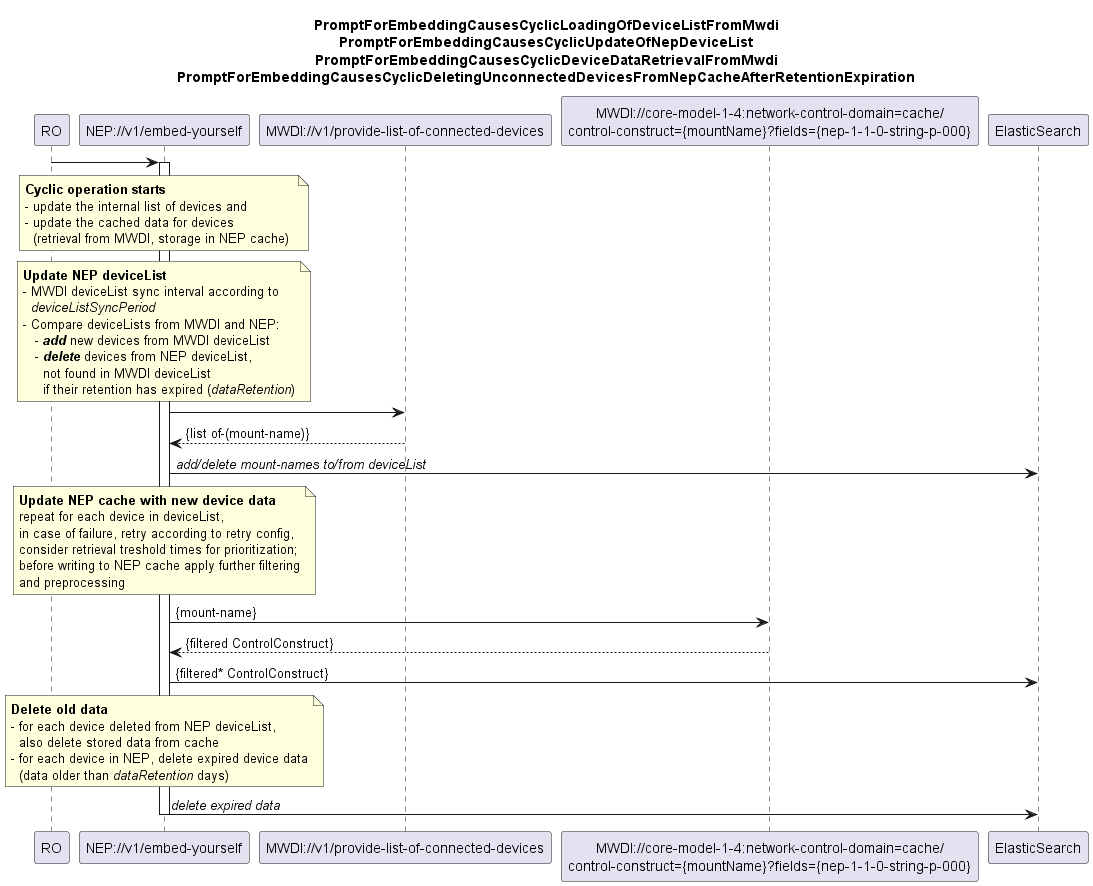
This is spec/diagrams/00x_CyclicOperationBasedDeviceListAndDataSync.png from openBackhaul/NetExplorerProxy, a PlantUML export, as it was before one commit.
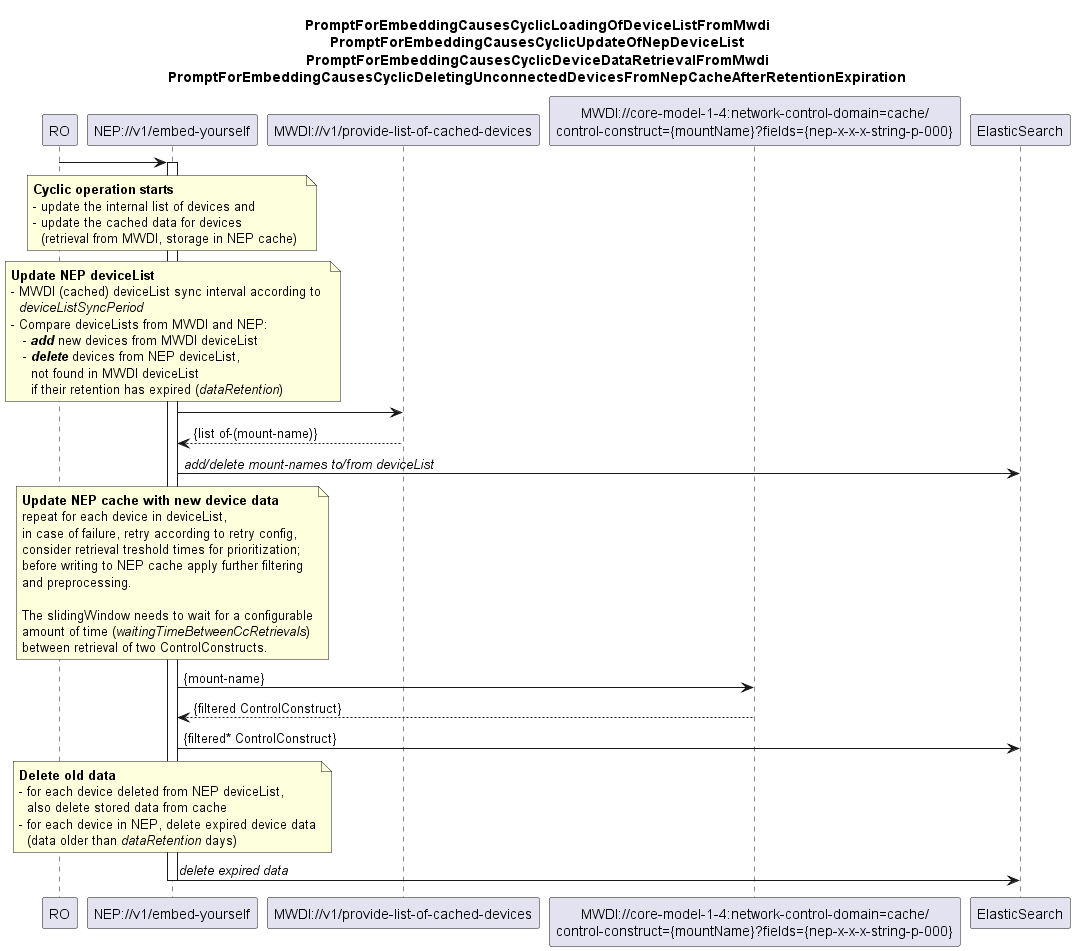
After the change.

What changed in the source:
```diff
@@ -10,8 +10,8 @@
 
 participant "RO" as ro
 participant "NEP://v1/embed-yourself" as nep
-participant "MWDI://v1/provide-list-of-connected-devices" as mwdiDev
-participant "MWDI://core-model-1-4:network-control-domain=cache/\ncontrol-construct={mountName}?fields={nep-1-1-0-string-p-000}" as mwdiCC
+participant "MWDI://v1/provide-list-of-cached-devices" as mwdiDev
+participant "MWDI://core-model-1-4:network-control-domain=cache/\ncontrol-construct={mountName}?fields={nep-x-x-x-string-p-000}" as mwdiCC
 participant "ElasticSearch" as es
 
 ro -> nep
@@ -26,7 +26,7 @@
 
 note over nep
 <b>Update NEP deviceList</b>
-- MWDI deviceList sync interval according to
+- MWDI (cached) deviceList sync interval according to
   <i>deviceListSyncPeriod</i>
 - Compare deviceLists from MWDI and NEP:
    - <b><i>add</i></b> new devices from MWDI deviceList
@@ -44,7 +44,11 @@
   in case of failure, retry according to retry config,
   consider retrieval treshold times for prioritization;
   before writing to NEP cache apply further filtering
-  and preprocessing
+  and preprocessing.
+
+  The slidingWindow needs to wait for a configurable
+  amount of time (<i>waitingTimeBetweenCcRetrievals</i>)
+  between retrieval of two ControlConstructs.
 end note
   nep -> mwdiCC: {mount-name}
   mwdiCC --> nep: {filtered ControlConstruct}
```
